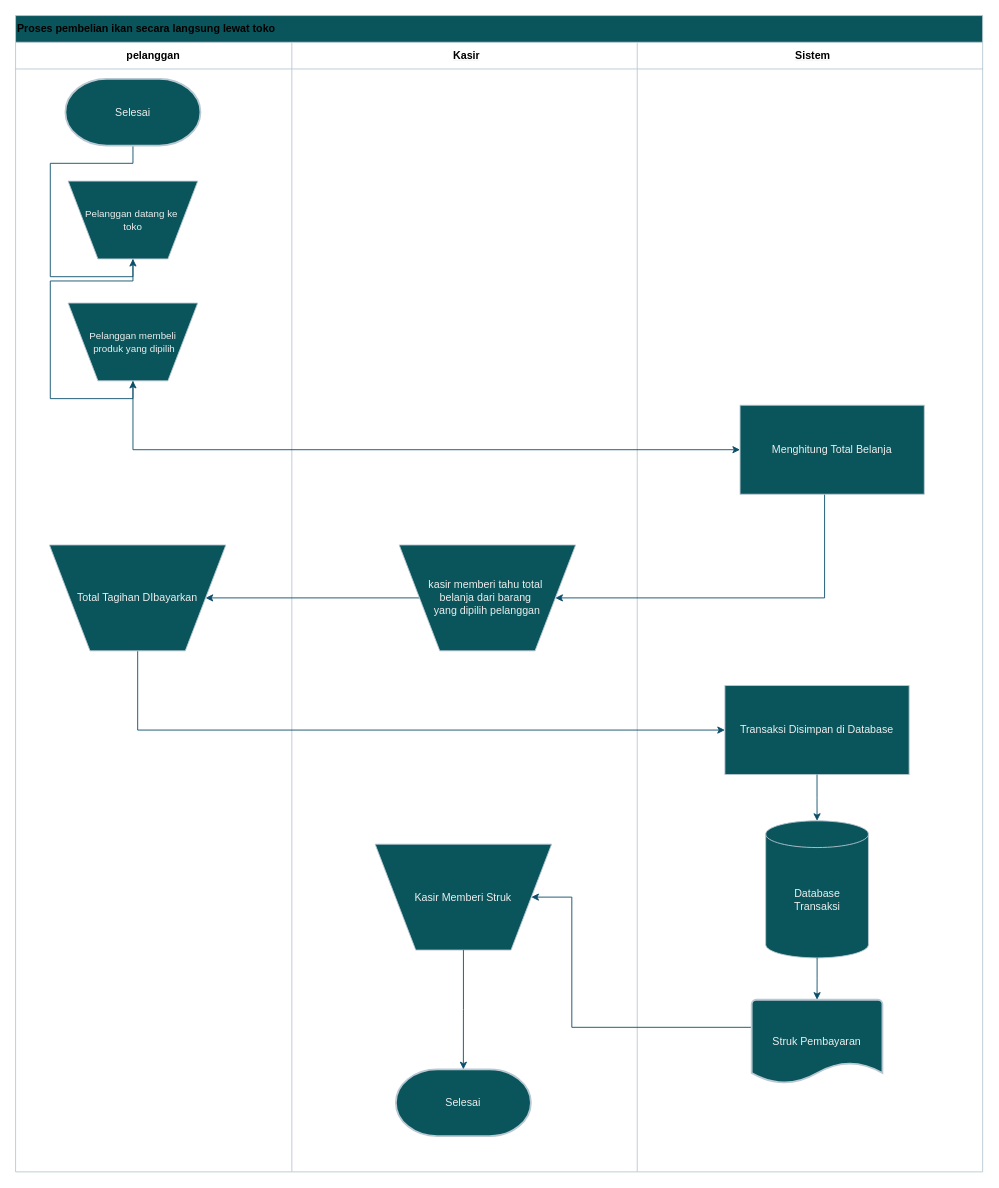
This is ikan langsung .drawio from shinoaaa/drawio, a draw.io file, before an edit. Source tidied: cells renumbered, new cells numbered last; positions are measured from the earlier drawing's top-left corner, leaving out a move shared by most shapes. Both pictures are drawn from the tidied source at 89%, with x=0, y=0 at pixel (15, 15).
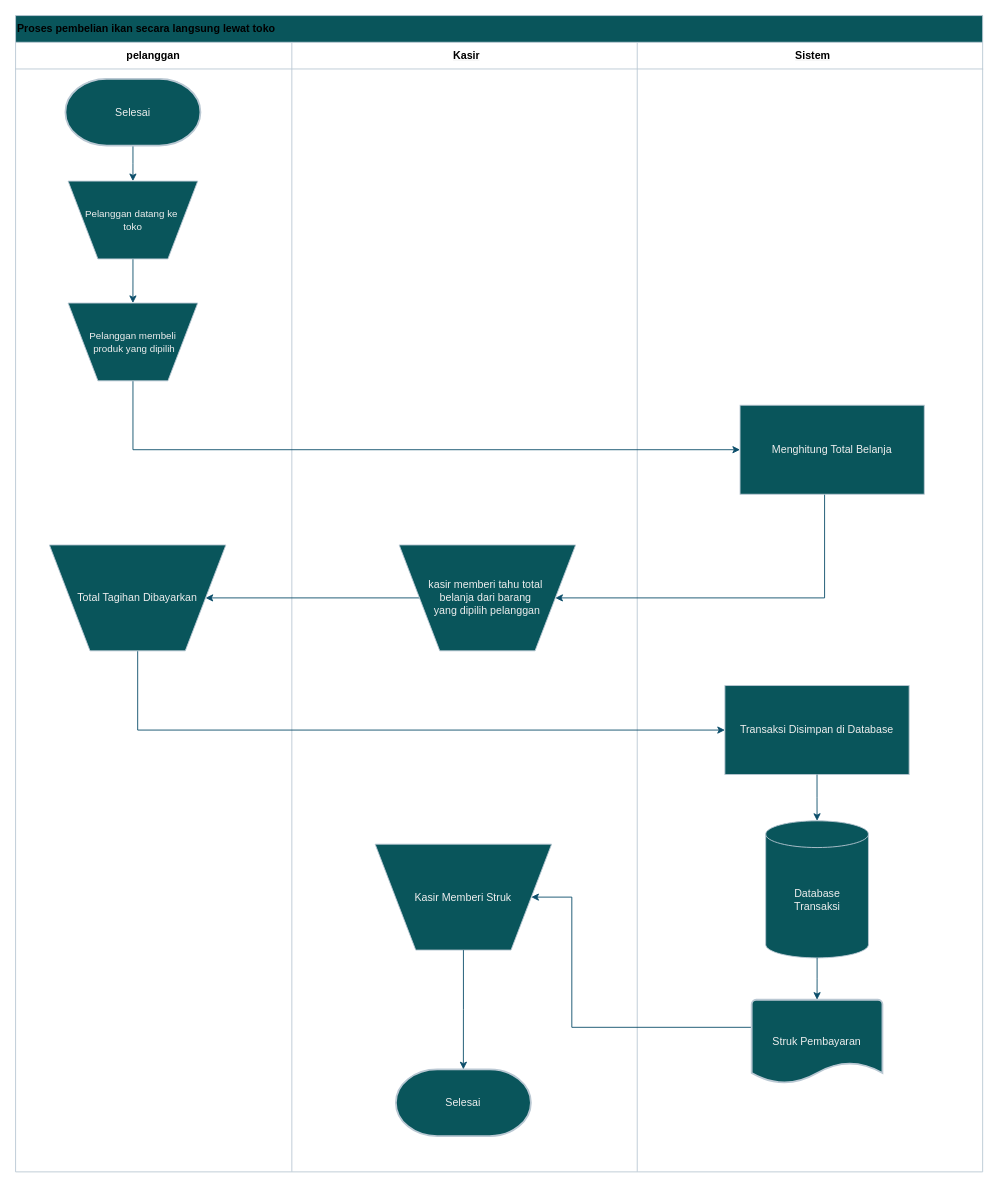
After the change.

The change refers to these unchanged cells:
```xml
<mxCell id="17" value="Pelanggan membeli&lt;div&gt;&amp;nbsp;produk yang dipilih&lt;/div&gt;" style="verticalLabelPosition=middle;verticalAlign=middle;html=1;shape=trapezoid;perimeter=trapezoidPerimeter;whiteSpace=wrap;size=0.23;arcSize=10;flipV=1;labelPosition=center;align=center;labelBackgroundColor=none;fillColor=#09555B;strokeColor=#BAC8D3;fontColor=#EEEEEE;fontSize=11;" parent="1" vertex="1">
  <mxGeometry x="59" y="323" width="145.7" height="87.4" as="geometry" />
</mxCell>
<mxCell id="36" value="Selesai" style="strokeWidth=2;html=1;shape=mxgraph.flowchart.terminator;whiteSpace=wrap;strokeColor=#BAC8D3;fontColor=#EEEEEE;fillColor=#09555B;labelBackgroundColor=none;" parent="1" vertex="1">
  <mxGeometry x="56" y="71" width="151.7" height="75" as="geometry" />
</mxCell>
<mxCell id="38" value="Pelanggan datang ke&amp;nbsp;&lt;div&gt;toko&lt;/div&gt;" style="verticalLabelPosition=middle;verticalAlign=middle;html=1;shape=trapezoid;perimeter=trapezoidPerimeter;whiteSpace=wrap;size=0.23;arcSize=10;flipV=1;labelPosition=center;align=center;labelBackgroundColor=none;fillColor=#09555B;strokeColor=#BAC8D3;fontColor=#EEEEEE;fontSize=11;" parent="1" vertex="1">
  <mxGeometry x="59" y="186" width="145.7" height="87.4" as="geometry" />
</mxCell>
```

What changed in the source:
```diff
@@
-    <mxCell id="28" value="&lt;span style=&quot;font-size: 12px;&quot;&gt;Total Tagihan DIbayarkan&lt;/span&gt;" style="verticalLabelPosition=middle;verticalAlign=middle;html=1;shape=trapezoid;perimeter=trapezoidPerimeter;whiteSpace=wrap;size=0.23;arcSize=10;flipV=1;labelPosition=center;align=center;labelBackgroundColor=none;fillColor=#09555B;strokeColor=#BAC8D3;fontColor=#EEEEEE;fontSize=11;" parent="1" vertex="1">
+    <mxCell id="28" value="&lt;span style=&quot;font-size: 12px;&quot;&gt;Total Tagihan Dibayarkan&lt;/span&gt;" style="verticalLabelPosition=middle;verticalAlign=middle;html=1;shape=trapezoid;perimeter=trapezoidPerimeter;whiteSpace=wrap;size=0.23;arcSize=10;flipV=1;labelPosition=center;align=center;labelBackgroundColor=none;fillColor=#09555B;strokeColor=#BAC8D3;fontColor=#EEEEEE;fontSize=11;" parent="1" vertex="1">
       <mxGeometry x="38" y="594.8" width="198.3" height="119" as="geometry" />
     </mxCell>
@@
-    <mxCell id="35" style="edgeStyle=orthogonalEdgeStyle;rounded=0;jettySize=auto;html=1;entryX=0.5;entryY=1;entryDx=0;entryDy=0;strokeColor=#0B4D6A;" parent="1" edge="1" source="36" target="38">
+    <mxCell id="35" style="edgeStyle=orthogonalEdgeStyle;rounded=0;jettySize=auto;html=1;entryX=0.5;entryY=0;entryDx=0;entryDy=0;labelBackgroundColor=none;strokeColor=#0B4D6A;fontColor=default;" parent="1" edge="1" source="36" target="38">
       <mxGeometry relative="1" as="geometry" />
     </mxCell>
@@
-    <mxCell id="37" style="edgeStyle=orthogonalEdgeStyle;rounded=0;jettySize=auto;html=1;entryX=0.5;entryY=1;entryDx=0;entryDy=0;strokeColor=#0B4D6A;" parent="1" edge="1" source="38" target="17">
+    <mxCell id="37" style="edgeStyle=orthogonalEdgeStyle;rounded=0;jettySize=auto;html=1;entryX=0.5;entryY=0;entryDx=0;entryDy=0;labelBackgroundColor=none;strokeColor=#0B4D6A;fontColor=default;" parent="1" edge="1" source="38" target="17">
       <mxGeometry relative="1" as="geometry" />
     </mxCell>
```
